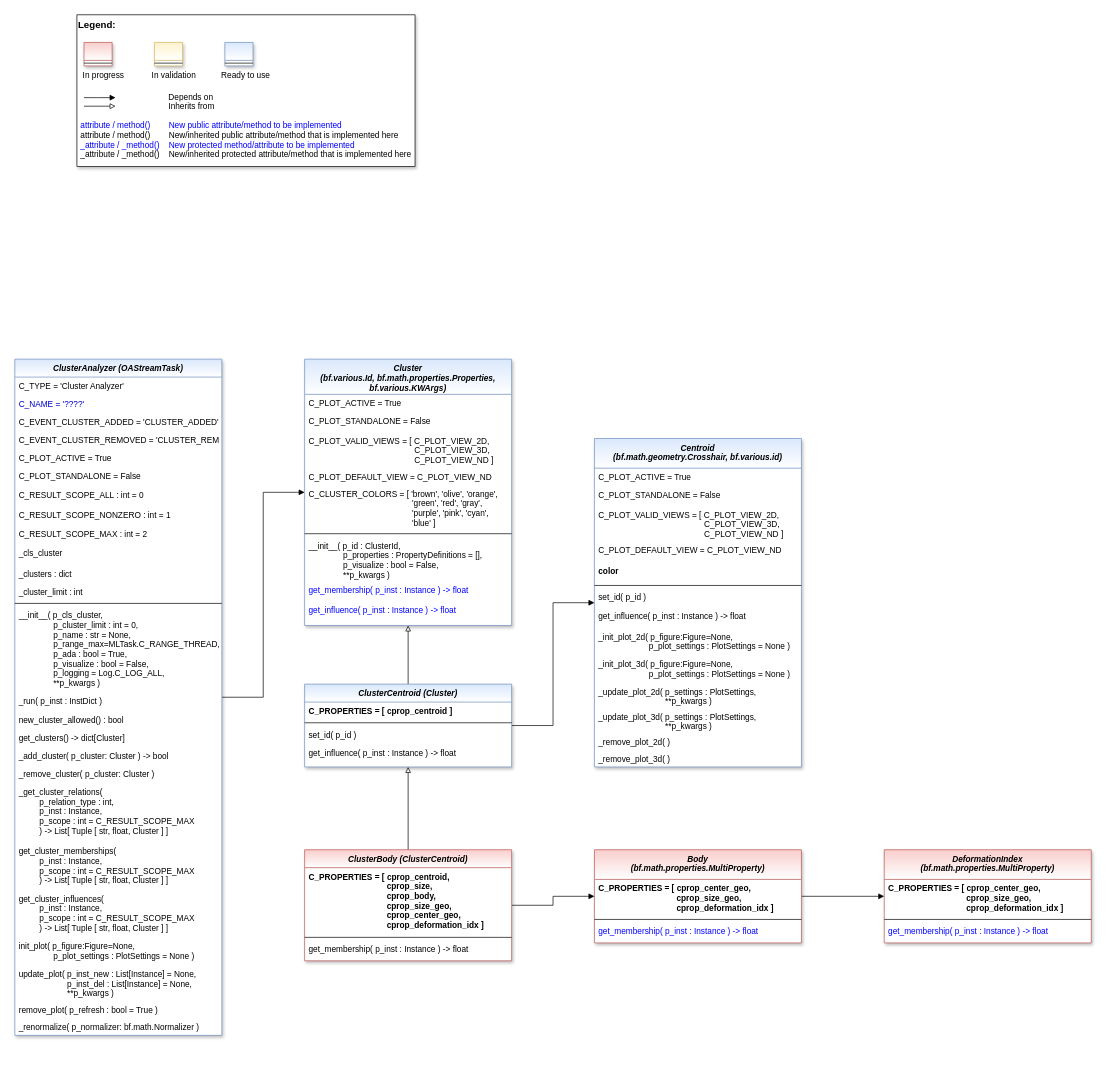
Earlier version of the draw.io diagram doc/rtd/content/99_appendices/appendix2/sub/mlpro_oa/streams/20_cluster_analysis/images/MLPro-OA-Cluster_Analyzers_class_diagram.drawio (fhswf/MLPro). Source tidied: cells renumbered, new cells numbered last; positions are measured from the earlier drawing's top-left corner, leaving out a move shared by most shapes. Both pictures are drawn from the tidied source at 69%, with x=0, y=0 at pixel (14, 14).
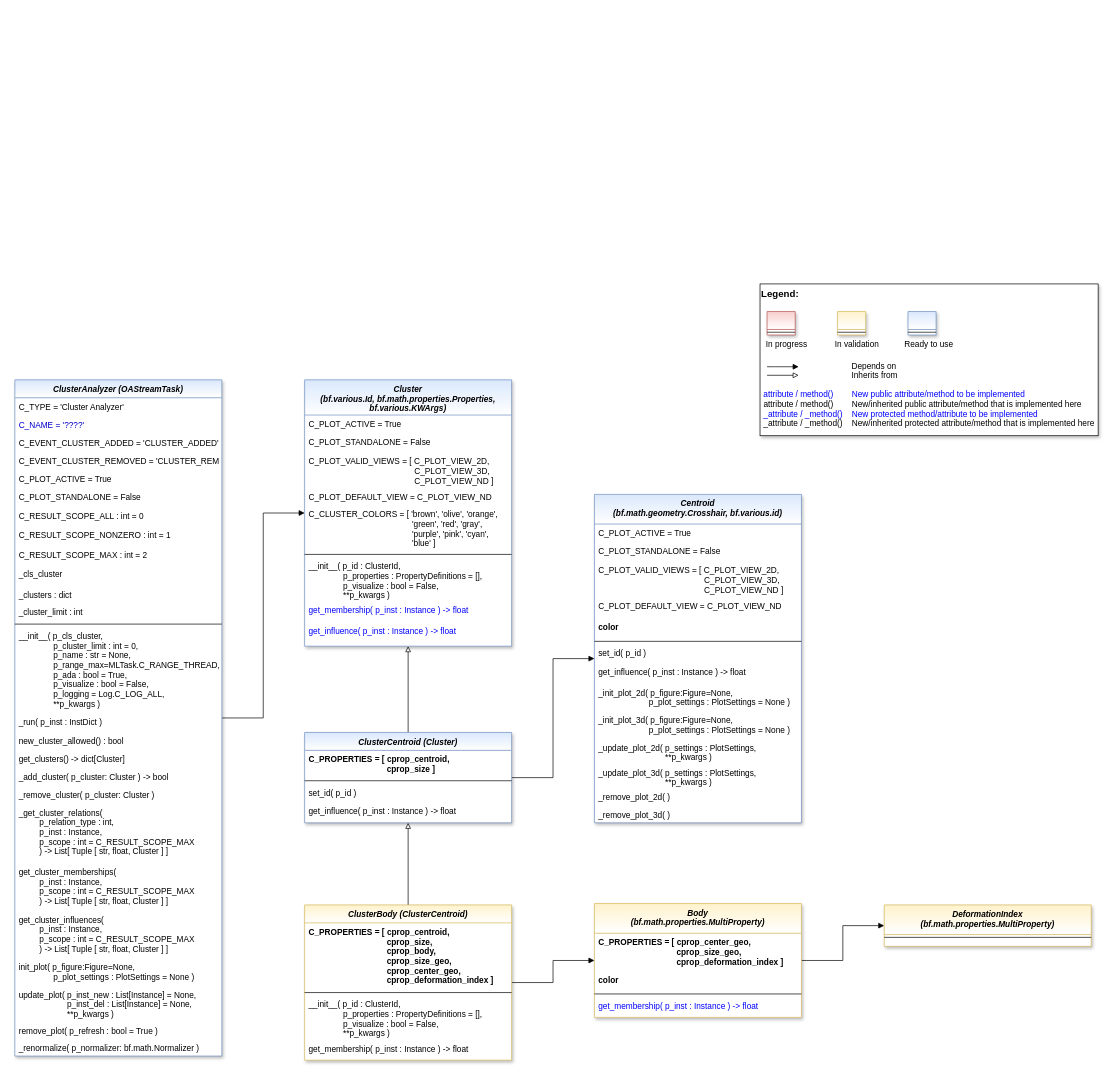
The same page after the edit.

Commit message (it also covers changes not shown here):
OA: New cluster type 'ClusterBody' #1131

Diff of the diagram source:
```diff
@@
     <mxCell id="3" value="ClusterAnalyzer (OAStreamTask)" style="swimlane;fontStyle=3;align=center;verticalAlign=top;horizontal=1;startSize=26;rounded=0;shadow=1;strokeWidth=1;fillColor=#dae8fc;strokeColor=#6c8ebf;swimlaneFillColor=#ffffff;gradientColor=#FFFFFF;" parent="1" vertex="1">
-      <mxGeometry y="499" width="300" height="980" as="geometry" />
+      <mxGeometry y="529" width="300" height="980" as="geometry" />
     </mxCell>
@@
     <mxCell id="30" value="Cluster &#10;(bf.various.Id, bf.math.properties.Properties,&#10;bf.various.KWArgs)" style="swimlane;fontStyle=3;align=center;verticalAlign=top;horizontal=1;startSize=51;rounded=0;shadow=1;strokeWidth=1;fillColor=#dae8fc;strokeColor=#6c8ebf;swimlaneFillColor=#ffffff;gradientColor=#FFFFFF;" parent="1" vertex="1">
-      <mxGeometry x="420" y="499" width="300" height="386" as="geometry" />
+      <mxGeometry x="420" y="529" width="300" height="386" as="geometry" />
     </mxCell>
@@
     <mxCell id="42" value="ClusterCentroid (Cluster)" style="swimlane;fontStyle=3;align=center;verticalAlign=top;horizontal=1;startSize=26;rounded=0;shadow=1;strokeWidth=1;fillColor=#dae8fc;strokeColor=#6c8ebf;swimlaneFillColor=#ffffff;gradientColor=#FFFFFF;" parent="1" vertex="1">
-      <mxGeometry x="420" y="970" width="300" height="120" as="geometry" />
+      <mxGeometry x="420" y="1040" width="300" height="131" as="geometry" />
     </mxCell>
-    <mxCell id="43" value="C_PROPERTIES = [ cprop_centroid ]" style="text;align=left;verticalAlign=top;spacingLeft=4;spacingRight=4;overflow=hidden;fontStyle=1;" parent="42" vertex="1">
-      <mxGeometry y="26" width="300" height="26" as="geometry" />
+    <mxCell id="43" value="C_PROPERTIES = [ cprop_centroid,&#10;                                  cprop_size ]" style="text;align=left;verticalAlign=top;spacingLeft=4;spacingRight=4;overflow=hidden;fontStyle=1;" parent="42" vertex="1">
+      <mxGeometry y="26" width="300" height="40" as="geometry" />
     </mxCell>
     <mxCell id="44" style="line;html=1;strokeWidth=1;align=left;verticalAlign=middle;spacingTop=-1;spacingLeft=3;spacingRight=3;labelPosition=right;" parent="42" vertex="1">
-      <mxGeometry y="52" width="300" height="8" as="geometry" />
+      <mxGeometry y="66" width="300" height="8" as="geometry" />
     </mxCell>
     <mxCell id="45" value="set_id( p_id )" style="text;align=left;verticalAlign=top;spacingLeft=4;spacingRight=4;overflow=hidden;fontColor=default;" parent="42" vertex="1">
-      <mxGeometry y="60" width="300" height="27" as="geometry" />
+      <mxGeometry y="74" width="300" height="27" as="geometry" />
     </mxCell>
     <mxCell id="46" value="get_influence( p_inst : Instance ) -&gt; float" style="text;align=left;verticalAlign=top;spacingLeft=4;spacingRight=4;overflow=hidden;fontColor=default;" parent="42" vertex="1">
-      <mxGeometry y="87" width="300" height="30" as="geometry" />
+      <mxGeometry y="101" width="300" height="30" as="geometry" />
     </mxCell>
     <mxCell id="47" style="group;" parent="1" vertex="1">
-      <mxGeometry x="90" width="490" height="220" as="geometry" />
+      <mxGeometry x="1080" y="390" width="490" height="220" as="geometry" />
     </mxCell>
@@
-    <mxCell id="59" value="ClusterBody (ClusterCentroid)" style="swimlane;fontStyle=3;align=center;verticalAlign=top;horizontal=1;startSize=26;rounded=0;shadow=1;strokeWidth=1;fillColor=#f8cecc;strokeColor=#b85450;swimlaneFillColor=#ffffff;gradientColor=#FFFFFF;" parent="1" vertex="1">
-      <mxGeometry x="420" y="1210" width="300" height="161" as="geometry" />
+    <mxCell id="59" value="ClusterBody (ClusterCentroid)" style="swimlane;fontStyle=3;align=center;verticalAlign=top;horizontal=1;startSize=26;rounded=0;shadow=1;strokeWidth=1;fillColor=#fff2cc;strokeColor=#d6b656;swimlaneFillColor=#ffffff;gradientColor=#FFFFFF;" parent="1" vertex="1">
+      <mxGeometry x="420" y="1290" width="300" height="225" as="geometry" />
     </mxCell>
-    <mxCell id="60" value="C_PROPERTIES = [ cprop_centroid,&#10;                                  cprop_size,&#10;                                  cprop_body,&#10;                                  cprop_size_geo,&#10;                                  cprop_center_geo,&#10;                                  cprop_deformation_idx ]" style="text;align=left;verticalAlign=top;spacingLeft=4;spacingRight=4;overflow=hidden;fontStyle=1;" parent="59" vertex="1">
+    <mxCell id="60" value="C_PROPERTIES = [ cprop_centroid,&#10;                                  cprop_size,&#10;                                  cprop_body,&#10;                                  cprop_size_geo,&#10;                                  cprop_center_geo,&#10;                                  cprop_deformation_index ]" style="text;align=left;verticalAlign=top;spacingLeft=4;spacingRight=4;overflow=hidden;fontStyle=1;" parent="59" vertex="1">
       <mxGeometry y="26" width="300" height="97" as="geometry" />
     </mxCell>
@@
+    <mxCell id="87" value="__init__( p_id : ClusterId, &#10;               p_properties : PropertyDefinitions = [],&#10;               p_visualize : bool = False,&#10;               **p_kwargs )" style="text;align=left;verticalAlign=top;spacingLeft=4;spacingRight=4;overflow=hidden;fontColor=default;" parent="59" vertex="1">
+      <mxGeometry y="131" width="300" height="64" as="geometry" />
+    </mxCell>
     <mxCell id="62" value="get_membership( p_inst : Instance ) -&gt; float" style="text;align=left;verticalAlign=top;spacingLeft=4;spacingRight=4;overflow=hidden;fontColor=default;" parent="59" vertex="1">
-      <mxGeometry y="131" width="300" height="30" as="geometry" />
+      <mxGeometry y="195" width="300" height="30" as="geometry" />
     </mxCell>
     <mxCell id="63" value="Centroid&#10;(bf.math.geometry.Crosshair, bf.various.id)" style="swimlane;fontStyle=3;align=center;verticalAlign=top;horizontal=1;startSize=43;rounded=0;shadow=1;strokeWidth=1;fillColor=#dae8fc;strokeColor=#6c8ebf;swimlaneFillColor=#ffffff;gradientColor=#FFFFFF;" parent="1" vertex="1">
-      <mxGeometry x="840" y="614" width="300" height="476" as="geometry" />
+      <mxGeometry x="840" y="695" width="300" height="476" as="geometry" />
     </mxCell>
@@
-    <mxCell id="79" value="Body&#10;(bf.math.properties.MultiProperty)" style="swimlane;fontStyle=3;align=center;verticalAlign=top;horizontal=1;startSize=43;rounded=0;shadow=1;strokeWidth=1;fillColor=#f8cecc;strokeColor=#b85450;swimlaneFillColor=#ffffff;gradientColor=#FFFFFF;" parent="1" vertex="1">
-      <mxGeometry x="840" y="1210" width="300" height="135" as="geometry" />
+    <mxCell id="79" value="Body&#10;(bf.math.properties.MultiProperty)" style="swimlane;fontStyle=3;align=center;verticalAlign=top;horizontal=1;startSize=43;rounded=0;shadow=1;strokeWidth=1;fillColor=#fff2cc;strokeColor=#d6b656;swimlaneFillColor=#ffffff;gradientColor=#FFFFFF;" parent="1" vertex="1">
+      <mxGeometry x="840" y="1288" width="300" height="165" as="geometry" />
     </mxCell>
-    <mxCell id="80" value="C_PROPERTIES = [ cprop_center_geo,&#10;                                  cprop_size_geo,&#10;                                  cprop_deformation_idx ]" style="text;align=left;verticalAlign=top;spacingLeft=4;spacingRight=4;overflow=hidden;fontStyle=1;" parent="79" vertex="1">
+    <mxCell id="80" value="C_PROPERTIES = [ cprop_center_geo,&#10;                                  cprop_size_geo,&#10;                                  cprop_deformation_index ]" style="text;align=left;verticalAlign=top;spacingLeft=4;spacingRight=4;overflow=hidden;fontStyle=1;" parent="79" vertex="1">
       <mxGeometry y="43" width="300" height="54" as="geometry" />
     </mxCell>
+    <mxCell id="88" value="color" style="text;align=left;verticalAlign=top;spacingLeft=4;spacingRight=4;overflow=hidden;fontColor=default;fontStyle=1;" parent="79" vertex="1">
+      <mxGeometry y="97" width="300" height="30" as="geometry" />
+    </mxCell>
     <mxCell id="81" style="line;html=1;strokeWidth=1;align=left;verticalAlign=middle;spacingTop=-1;spacingLeft=3;spacingRight=3;labelPosition=right;" parent="79" vertex="1">
-      <mxGeometry y="97" width="300" height="8" as="geometry" />
+      <mxGeometry y="127" width="300" height="8" as="geometry" />
     </mxCell>
     <mxCell id="82" value="get_membership( p_inst : Instance ) -&gt; float" style="text;align=left;verticalAlign=top;spacingLeft=4;spacingRight=4;overflow=hidden;fontColor=#0000FF;" parent="79" vertex="1">
-      <mxGeometry y="105" width="300" height="30" as="geometry" />
+      <mxGeometry y="135" width="300" height="30" as="geometry" />
     </mxCell>
-    <mxCell id="83" value="DeformationIndex&#10;(bf.math.properties.MultiProperty)" style="swimlane;fontStyle=3;align=center;verticalAlign=top;horizontal=1;startSize=43;rounded=0;shadow=1;strokeWidth=1;fillColor=#f8cecc;strokeColor=#b85450;swimlaneFillColor=#ffffff;gradientColor=#FFFFFF;" parent="1" vertex="1">
-      <mxGeometry x="1260" y="1210" width="300" height="135" as="geometry" />
+    <mxCell id="83" value="DeformationIndex&#10;(bf.math.properties.MultiProperty)" style="swimlane;fontStyle=3;align=center;verticalAlign=top;horizontal=1;startSize=43;rounded=0;shadow=1;strokeWidth=1;fillColor=#fff2cc;strokeColor=#d6b656;swimlaneFillColor=#ffffff;gradientColor=#FFFFFF;" parent="1" vertex="1">
+      <mxGeometry x="1260" y="1290" width="300" height="60" as="geometry" />
     </mxCell>
-    <mxCell id="84" value="C_PROPERTIES = [ cprop_center_geo,&#10;                                  cprop_size_geo,&#10;                                  cprop_deformation_idx ]" style="text;align=left;verticalAlign=top;spacingLeft=4;spacingRight=4;overflow=hidden;fontStyle=1;" parent="83" vertex="1">
-      <mxGeometry y="43" width="300" height="54" as="geometry" />
-    </mxCell>
     <mxCell id="85" style="line;html=1;strokeWidth=1;align=left;verticalAlign=middle;spacingTop=-1;spacingLeft=3;spacingRight=3;labelPosition=right;" parent="83" vertex="1">
-      <mxGeometry y="97" width="300" height="8" as="geometry" />
+      <mxGeometry y="43" width="300" height="8" as="geometry" />
     </mxCell>
-    <mxCell id="86" value="get_membership( p_inst : Instance ) -&gt; float" style="text;align=left;verticalAlign=top;spacingLeft=4;spacingRight=4;overflow=hidden;fontColor=#0000FF;" parent="83" vertex="1">
-      <mxGeometry y="105" width="300" height="30" as="geometry" />
-    </mxCell>
```
